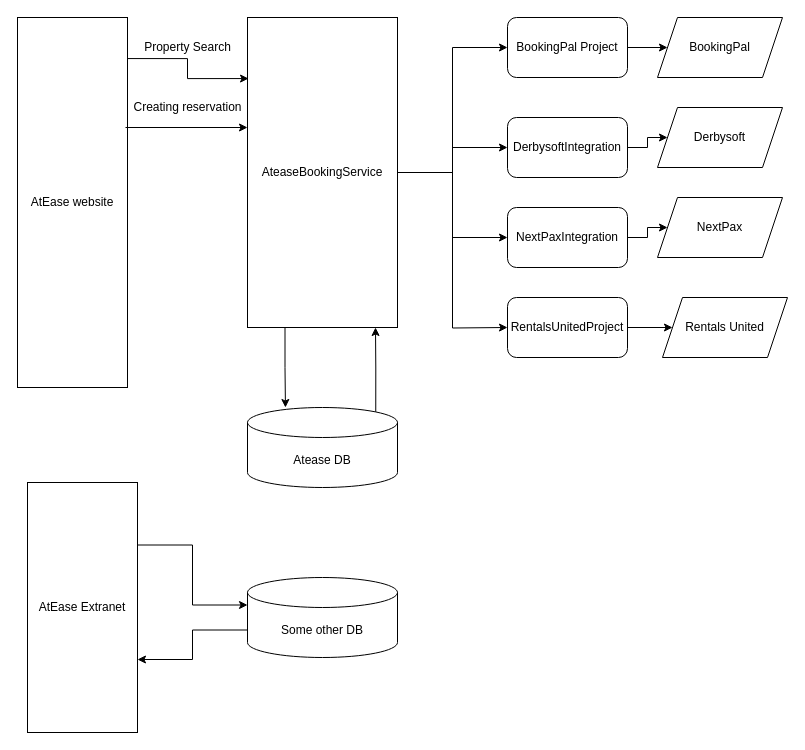
This is SystemFlow/Untitled Diagram.drawio from FaiyazApp/flow, a draw.io file, before an edit. Source tidied: cells renumbered, new cells numbered last; positions are measured from the earlier drawing's top-left corner, leaving out a move shared by most shapes. Both pictures are drawn from the tidied source at 100%, with x=0, y=0 at pixel (17, 17).
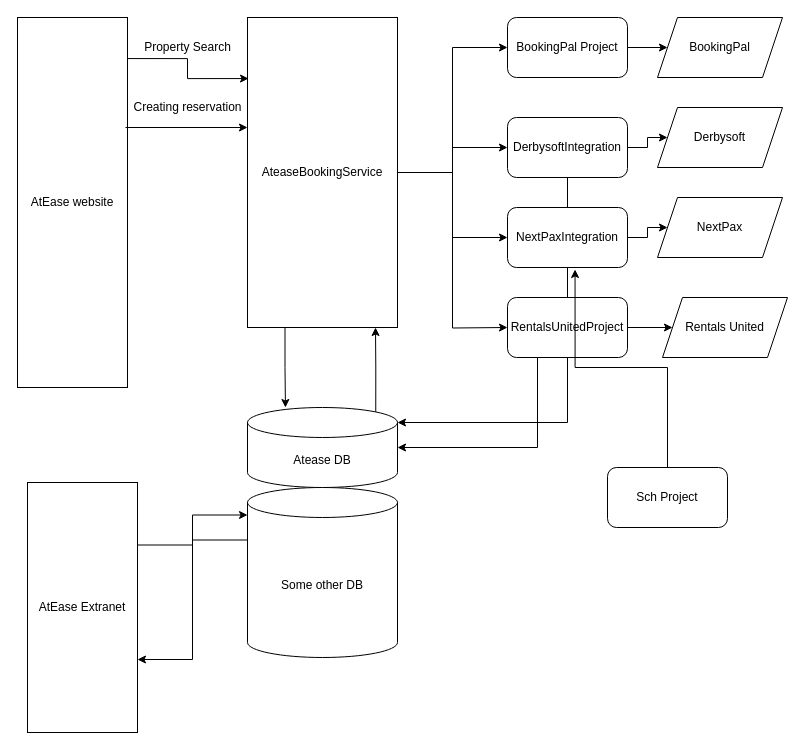
Above is the later version.

The change refers to these unchanged cells:
```xml
<mxCell id="12" value="Atease DB" style="shape=cylinder3;whiteSpace=wrap;html=1;boundedLbl=1;backgroundOutline=1;size=15;" parent="1" vertex="1">
  <mxGeometry x="230" y="390" width="150" height="80" as="geometry" />
</mxCell>
<mxCell id="26" value="DerbysoftIntegration" style="rounded=1;whiteSpace=wrap;html=1;" parent="1" vertex="1">
  <mxGeometry x="490" y="100" width="120" height="60" as="geometry" />
</mxCell>
<mxCell id="28" value="NextPaxIntegration" style="rounded=1;whiteSpace=wrap;html=1;" parent="1" vertex="1">
  <mxGeometry x="490" y="190" width="120" height="60" as="geometry" />
</mxCell>
<mxCell id="30" value="RentalsUnitedProject" style="rounded=1;whiteSpace=wrap;html=1;" parent="1" vertex="1">
  <mxGeometry x="490" y="280" width="120" height="60" as="geometry" />
</mxCell>
```

Diff of the diagram source:
```diff
@@
     <mxCell id="18" value="Some other DB" style="shape=cylinder3;whiteSpace=wrap;html=1;boundedLbl=1;backgroundOutline=1;size=15;" parent="1" vertex="1">
-      <mxGeometry x="230" y="560" width="150" height="80" as="geometry" />
+      <mxGeometry x="230" y="470" width="150" height="170" as="geometry" />
     </mxCell>
@@
+    <mxCell id="31" style="edgeStyle=orthogonalEdgeStyle;rounded=0;jettySize=auto;html=1;exitX=0.5;exitY=1;exitDx=0;exitDy=0;entryX=1;entryY=0;entryDx=0;entryDy=15;entryPerimeter=0;" parent="1" edge="1" source="26" target="12">
+      <mxGeometry relative="1" as="geometry" />
+    </mxCell>
@@
+    <mxCell id="32" style="edgeStyle=orthogonalEdgeStyle;rounded=0;jettySize=auto;html=1;exitX=0.25;exitY=1;exitDx=0;exitDy=0;entryX=1;entryY=0.5;entryDx=0;entryDy=0;entryPerimeter=0;" parent="1" edge="1" source="30" target="12">
+      <mxGeometry relative="1" as="geometry" />
+    </mxCell>
@@
+    <mxCell id="33" style="edgeStyle=orthogonalEdgeStyle;rounded=0;jettySize=auto;html=1;entryX=0.563;entryY=1.033;entryDx=0;entryDy=0;entryPerimeter=0;" parent="1" edge="1" source="34" target="28">
+      <mxGeometry relative="1" as="geometry" />
+    </mxCell>
+    <mxCell id="34" value="Sch Project" style="rounded=1;whiteSpace=wrap;html=1;" parent="1" vertex="1">
+      <mxGeometry x="590" y="450" width="120" height="60" as="geometry" />
+    </mxCell>
```
